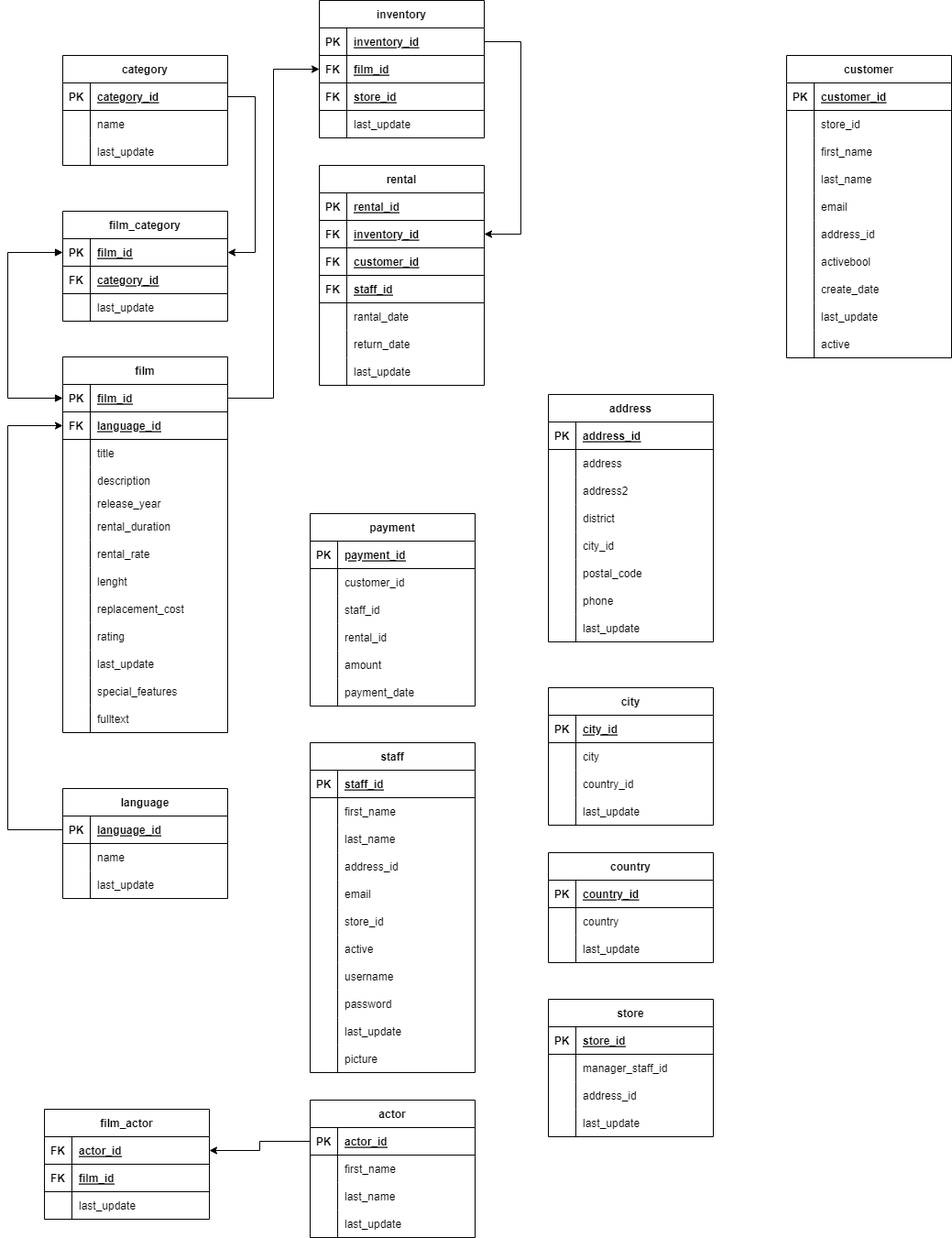
The draw.io diagram DVD Rental ER Model.drawio.png in MarianSulik/DE_diagrams, before a commit. Source tidied: cells renumbered, new cells last; positions are measured from the earlier drawing's top-left corner, leaving out a move shared by most shapes.
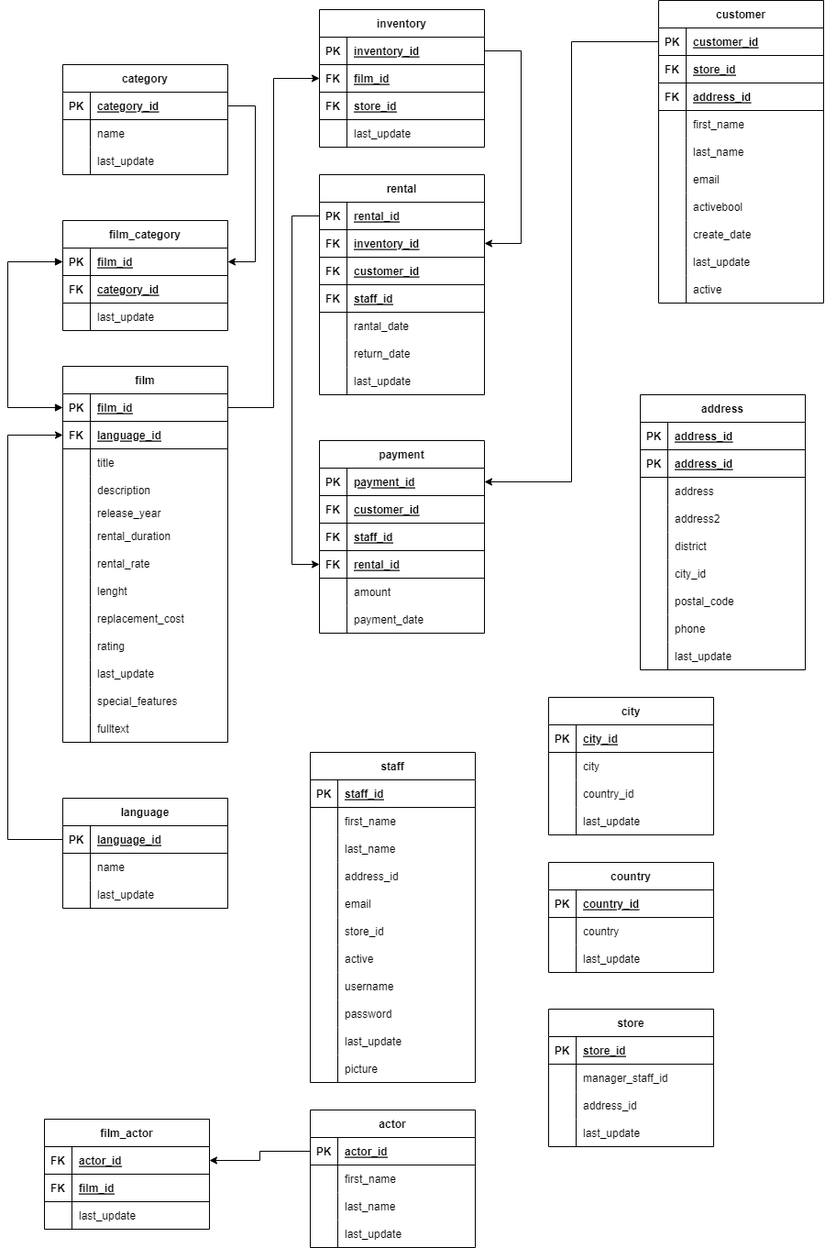
After the commit.

What changed in the source:
```diff
@@ -348,7 +348,7 @@
       <mxGeometry x="30" width="150" height="30" as="geometry" />
     </mxCell>
     <mxCell id="117" value="payment" style="shape=table;startSize=30;rowLines=0;fontStyle=1;align=center;" parent="1" vertex="1">
-      <mxGeometry x="330" y="560" width="180" height="210" as="geometry" />
+      <mxGeometry x="340" y="470" width="180" height="210" as="geometry" />
     </mxCell>
     <mxCell id="118" style="shape=tableRow;horizontal=0;startSize=0;swimlaneHead=0;swimlaneBody=0;fillColor=none;points=[[0,0.5],[1,0.5]];portConstraint=eastwest;top=0;left=0;right=0;bottom=1;" parent="117" vertex="1">
       <mxGeometry y="30" width="180" height="30" as="geometry" />
@@ -359,31 +359,31 @@
     <mxCell id="120" value="payment_id" style="shape=partialRectangle;fillColor=none;top=0;left=0;bottom=0;right=0;align=left;spacingLeft=6;fontStyle=5;overflow=hidden;" parent="118" vertex="1">
       <mxGeometry x="30" width="150" height="30" as="geometry" />
     </mxCell>
-    <mxCell id="121" style="shape=tableRow;horizontal=0;startSize=0;swimlaneHead=0;swimlaneBody=0;fillColor=none;top=0;left=0;right=0;bottom=0;" parent="117" vertex="1">
-      <mxGeometry y="60" width="180" height="30" as="geometry" />
-    </mxCell>
-    <mxCell id="122" style="shape=partialRectangle;fillColor=none;top=0;left=0;bottom=0;right=0;overflow=hidden;" parent="121" vertex="1">
-      <mxGeometry width="30" height="30" as="geometry" />
-    </mxCell>
+    <mxCell id="281" style="shape=tableRow;horizontal=0;startSize=0;swimlaneHead=0;swimlaneBody=0;fillColor=none;top=0;left=0;right=0;bottom=1;" parent="117" vertex="1">
+      <mxGeometry y="60" width="180" height="30" as="geometry" />
+    </mxCell>
+    <mxCell id="282" value="FK" style="shape=partialRectangle;fillColor=none;top=0;left=0;bottom=0;right=0;fontStyle=1;overflow=hidden;" parent="281" vertex="1">
+      <mxGeometry width="30" height="30" as="geometry" />
+    </mxCell>
-    <mxCell id="123" value="customer_id" style="shape=partialRectangle;fillColor=none;top=0;left=0;bottom=0;right=0;align=left;spacingLeft=6;overflow=hidden;" parent="121" vertex="1">
+    <mxCell id="123" value="customer_id" style="shape=partialRectangle;fillColor=none;top=0;left=0;bottom=0;right=0;align=left;spacingLeft=6;fontStyle=5;overflow=hidden;" parent="281" vertex="1">
       <mxGeometry x="30" width="150" height="30" as="geometry" />
     </mxCell>
-    <mxCell id="124" style="shape=tableRow;horizontal=0;startSize=0;swimlaneHead=0;swimlaneBody=0;fillColor=none;top=0;left=0;right=0;bottom=0;" parent="117" vertex="1">
-      <mxGeometry y="90" width="180" height="30" as="geometry" />
-    </mxCell>
-    <mxCell id="125" style="shape=partialRectangle;fillColor=none;top=0;left=0;bottom=0;right=0;overflow=hidden;" parent="124" vertex="1">
-      <mxGeometry width="30" height="30" as="geometry" />
-    </mxCell>
+    <mxCell id="283" style="shape=tableRow;horizontal=0;startSize=0;swimlaneHead=0;swimlaneBody=0;fillColor=none;top=0;left=0;right=0;bottom=1;" parent="117" vertex="1">
+      <mxGeometry y="90" width="180" height="30" as="geometry" />
+    </mxCell>
+    <mxCell id="284" value="FK" style="shape=partialRectangle;fillColor=none;top=0;left=0;bottom=0;right=0;fontStyle=1;overflow=hidden;" parent="283" vertex="1">
+      <mxGeometry width="30" height="30" as="geometry" />
+    </mxCell>
-    <mxCell id="126" value="staff_id" style="shape=partialRectangle;fillColor=none;top=0;left=0;bottom=0;right=0;align=left;spacingLeft=6;overflow=hidden;" parent="124" vertex="1">
+    <mxCell id="126" value="staff_id" style="shape=partialRectangle;fillColor=none;top=0;left=0;bottom=0;right=0;align=left;spacingLeft=6;fontStyle=5;overflow=hidden;" parent="283" vertex="1">
       <mxGeometry x="30" width="150" height="30" as="geometry" />
     </mxCell>
-    <mxCell id="127" style="shape=tableRow;horizontal=0;startSize=0;swimlaneHead=0;swimlaneBody=0;fillColor=none;top=0;left=0;right=0;bottom=0;" parent="117" vertex="1">
-      <mxGeometry y="120" width="180" height="30" as="geometry" />
-    </mxCell>
-    <mxCell id="128" style="shape=partialRectangle;fillColor=none;top=0;left=0;bottom=0;right=0;overflow=hidden;" parent="127" vertex="1">
-      <mxGeometry width="30" height="30" as="geometry" />
-    </mxCell>
+    <mxCell id="285" style="shape=tableRow;horizontal=0;startSize=0;swimlaneHead=0;swimlaneBody=0;fillColor=none;points=[[0,0.5],[1,0.5]];portConstraint=eastwest;top=0;left=0;right=0;bottom=1;" parent="117" vertex="1">
+      <mxGeometry y="120" width="180" height="30" as="geometry" />
+    </mxCell>
+    <mxCell id="286" value="FK" style="shape=partialRectangle;fillColor=none;top=0;left=0;bottom=0;right=0;fontStyle=1;overflow=hidden;" parent="285" vertex="1">
+      <mxGeometry width="30" height="30" as="geometry" />
+    </mxCell>
-    <mxCell id="129" value="rental_id" style="shape=partialRectangle;fillColor=none;top=0;left=0;bottom=0;right=0;align=left;spacingLeft=6;overflow=hidden;" parent="127" vertex="1">
+    <mxCell id="129" value="rental_id" style="shape=partialRectangle;fillColor=none;top=0;left=0;bottom=0;right=0;align=left;spacingLeft=6;fontStyle=5;overflow=hidden;" parent="285" vertex="1">
       <mxGeometry x="30" width="150" height="30" as="geometry" />
     </mxCell>
     <mxCell id="130" style="shape=tableRow;horizontal=0;startSize=0;swimlaneHead=0;swimlaneBody=0;fillColor=none;top=0;left=0;right=0;bottom=0;" parent="117" vertex="1">
@@ -546,7 +546,7 @@
       <mxGeometry x="30" width="150" height="30" as="geometry" />
     </mxCell>
     <mxCell id="183" value="customer" style="shape=table;startSize=30;rowLines=0;fontStyle=1;align=center;" parent="1" vertex="1">
-      <mxGeometry x="850" y="60" width="180" height="330" as="geometry" />
+      <mxGeometry x="710" y="-10" width="180" height="330" as="geometry" />
     </mxCell>
     <mxCell id="184" style="shape=tableRow;horizontal=0;startSize=0;swimlaneHead=0;swimlaneBody=0;fillColor=none;points=[[0,0.5],[1,0.5]];portConstraint=eastwest;top=0;left=0;right=0;bottom=1;" parent="183" vertex="1">
       <mxGeometry y="30" width="180" height="30" as="geometry" />
@@ -557,17 +557,26 @@
     <mxCell id="186" value="customer_id" style="shape=partialRectangle;fillColor=none;top=0;left=0;bottom=0;right=0;align=left;spacingLeft=6;fontStyle=5;overflow=hidden;" parent="184" vertex="1">
       <mxGeometry x="30" width="150" height="30" as="geometry" />
     </mxCell>
-    <mxCell id="187" style="shape=tableRow;horizontal=0;startSize=0;swimlaneHead=0;swimlaneBody=0;fillColor=none;top=0;left=0;right=0;bottom=0;" parent="183" vertex="1">
-      <mxGeometry y="60" width="180" height="30" as="geometry" />
-    </mxCell>
-    <mxCell id="188" style="shape=partialRectangle;fillColor=none;top=0;left=0;bottom=0;right=0;overflow=hidden;" parent="187" vertex="1">
-      <mxGeometry width="30" height="30" as="geometry" />
-    </mxCell>
+    <mxCell id="287" style="shape=tableRow;horizontal=0;startSize=0;swimlaneHead=0;swimlaneBody=0;fillColor=none;top=0;left=0;right=0;bottom=1;" parent="183" vertex="1">
+      <mxGeometry y="60" width="180" height="30" as="geometry" />
+    </mxCell>
+    <mxCell id="288" value="FK" style="shape=partialRectangle;fillColor=none;top=0;left=0;bottom=0;right=0;fontStyle=1;overflow=hidden;" parent="287" vertex="1">
+      <mxGeometry width="30" height="30" as="geometry" />
+    </mxCell>
-    <mxCell id="189" value="store_id" style="shape=partialRectangle;fillColor=none;top=0;left=0;bottom=0;right=0;align=left;spacingLeft=6;overflow=hidden;" parent="187" vertex="1">
+    <mxCell id="189" value="store_id" style="shape=partialRectangle;fillColor=none;top=0;left=0;bottom=0;right=0;align=left;spacingLeft=6;fontStyle=5;overflow=hidden;" parent="287" vertex="1">
       <mxGeometry x="30" width="150" height="30" as="geometry" />
     </mxCell>
+    <mxCell id="289" style="shape=tableRow;horizontal=0;startSize=0;swimlaneHead=0;swimlaneBody=0;fillColor=none;top=0;left=0;right=0;bottom=1;" parent="183" vertex="1">
+      <mxGeometry y="90" width="180" height="30" as="geometry" />
+    </mxCell>
+    <mxCell id="290" value="FK" style="shape=partialRectangle;fillColor=none;top=0;left=0;bottom=0;right=0;fontStyle=1;overflow=hidden;" parent="289" vertex="1">
+      <mxGeometry width="30" height="30" as="geometry" />
+    </mxCell>
+    <mxCell id="291" value="address_id" style="shape=partialRectangle;fillColor=none;top=0;left=0;bottom=0;right=0;align=left;spacingLeft=6;fontStyle=5;overflow=hidden;" parent="289" vertex="1">
+      <mxGeometry x="30" width="150" height="30" as="geometry" />
+    </mxCell>
     <mxCell id="190" style="shape=tableRow;horizontal=0;startSize=0;swimlaneHead=0;swimlaneBody=0;fillColor=none;top=0;left=0;right=0;bottom=0;" parent="183" vertex="1">
-      <mxGeometry y="90" width="180" height="30" as="geometry" />
+      <mxGeometry y="120" width="180" height="30" as="geometry" />
     </mxCell>
     <mxCell id="191" style="shape=partialRectangle;fillColor=none;top=0;left=0;bottom=0;right=0;overflow=hidden;" parent="190" vertex="1">
       <mxGeometry width="30" height="30" as="geometry" />
@@ -576,7 +585,7 @@
       <mxGeometry x="30" width="150" height="30" as="geometry" />
     </mxCell>
     <mxCell id="193" style="shape=tableRow;horizontal=0;startSize=0;swimlaneHead=0;swimlaneBody=0;fillColor=none;top=0;left=0;right=0;bottom=0;" parent="183" vertex="1">
-      <mxGeometry y="120" width="180" height="30" as="geometry" />
+      <mxGeometry y="150" width="180" height="30" as="geometry" />
     </mxCell>
     <mxCell id="194" style="shape=partialRectangle;fillColor=none;top=0;left=0;bottom=0;right=0;overflow=hidden;" parent="193" vertex="1">
       <mxGeometry width="30" height="30" as="geometry" />
@@ -585,7 +594,7 @@
       <mxGeometry x="30" width="150" height="30" as="geometry" />
     </mxCell>
     <mxCell id="196" style="shape=tableRow;horizontal=0;startSize=0;swimlaneHead=0;swimlaneBody=0;fillColor=none;top=0;left=0;right=0;bottom=0;" parent="183" vertex="1">
-      <mxGeometry y="150" width="180" height="30" as="geometry" />
+      <mxGeometry y="180" width="180" height="30" as="geometry" />
     </mxCell>
     <mxCell id="197" style="shape=partialRectangle;fillColor=none;top=0;left=0;bottom=0;right=0;overflow=hidden;" parent="196" vertex="1">
       <mxGeometry width="30" height="30" as="geometry" />
@@ -593,15 +602,6 @@
     <mxCell id="198" value="email" style="shape=partialRectangle;fillColor=none;top=0;left=0;bottom=0;right=0;align=left;spacingLeft=6;overflow=hidden;" parent="196" vertex="1">
       <mxGeometry x="30" width="150" height="30" as="geometry" />
     </mxCell>
-    <mxCell id="199" style="shape=tableRow;horizontal=0;startSize=0;swimlaneHead=0;swimlaneBody=0;fillColor=none;top=0;left=0;right=0;bottom=0;" parent="183" vertex="1">
-      <mxGeometry y="180" width="180" height="30" as="geometry" />
-    </mxCell>
-    <mxCell id="200" style="shape=partialRectangle;fillColor=none;top=0;left=0;bottom=0;right=0;overflow=hidden;" parent="199" vertex="1">
-      <mxGeometry width="30" height="30" as="geometry" />
-    </mxCell>
-    <mxCell id="201" value="address_id" style="shape=partialRectangle;fillColor=none;top=0;left=0;bottom=0;right=0;align=left;spacingLeft=6;overflow=hidden;" parent="199" vertex="1">
-      <mxGeometry x="30" width="150" height="30" as="geometry" />
-    </mxCell>
     <mxCell id="202" style="shape=tableRow;horizontal=0;startSize=0;swimlaneHead=0;swimlaneBody=0;fillColor=none;top=0;left=0;right=0;bottom=0;" parent="183" vertex="1">
       <mxGeometry y="210" width="180" height="30" as="geometry" />
     </mxCell>
@@ -639,7 +639,7 @@
       <mxGeometry x="30" width="150" height="30" as="geometry" />
     </mxCell>
     <mxCell id="214" value="address" style="shape=table;startSize=30;rowLines=0;fontStyle=1;align=center;" parent="1" vertex="1">
-      <mxGeometry x="590" y="430" width="180" height="270" as="geometry" />
+      <mxGeometry x="690" y="420" width="180" height="300" as="geometry" />
     </mxCell>
     <mxCell id="215" style="shape=tableRow;horizontal=0;startSize=0;swimlaneHead=0;swimlaneBody=0;fillColor=none;top=0;left=0;right=0;bottom=1;" parent="214" vertex="1">
       <mxGeometry y="30" width="180" height="30" as="geometry" />
@@ -650,8 +650,17 @@
     <mxCell id="217" value="address_id" style="shape=partialRectangle;fillColor=none;top=0;left=0;bottom=0;right=0;align=left;spacingLeft=6;fontStyle=5;overflow=hidden;" parent="215" vertex="1">
       <mxGeometry x="30" width="150" height="30" as="geometry" />
     </mxCell>
+    <mxCell id="292" style="shape=tableRow;horizontal=0;startSize=0;swimlaneHead=0;swimlaneBody=0;fillColor=none;top=0;left=0;right=0;bottom=1;" parent="214" vertex="1">
+      <mxGeometry y="60" width="180" height="30" as="geometry" />
+    </mxCell>
+    <mxCell id="293" value="PK" style="shape=partialRectangle;fillColor=none;top=0;left=0;bottom=0;right=0;fontStyle=1;overflow=hidden;" parent="292" vertex="1">
+      <mxGeometry width="30" height="30" as="geometry" />
+    </mxCell>
+    <mxCell id="294" value="address_id" style="shape=partialRectangle;fillColor=none;top=0;left=0;bottom=0;right=0;align=left;spacingLeft=6;fontStyle=5;overflow=hidden;" parent="292" vertex="1">
+      <mxGeometry x="30" width="150" height="30" as="geometry" />
+    </mxCell>
     <mxCell id="218" style="shape=tableRow;horizontal=0;startSize=0;swimlaneHead=0;swimlaneBody=0;fillColor=none;top=0;left=0;right=0;bottom=0;" parent="214" vertex="1">
-      <mxGeometry y="60" width="180" height="30" as="geometry" />
+      <mxGeometry y="90" width="180" height="30" as="geometry" />
     </mxCell>
     <mxCell id="219" style="shape=partialRectangle;fillColor=none;top=0;left=0;bottom=0;right=0;overflow=hidden;" parent="218" vertex="1">
       <mxGeometry width="30" height="30" as="geometry" />
@@ -660,7 +669,7 @@
       <mxGeometry x="30" width="150" height="30" as="geometry" />
     </mxCell>
     <mxCell id="221" style="shape=tableRow;horizontal=0;startSize=0;swimlaneHead=0;swimlaneBody=0;fillColor=none;top=0;left=0;right=0;bottom=0;" parent="214" vertex="1">
-      <mxGeometry y="90" width="180" height="30" as="geometry" />
+      <mxGeometry y="120" width="180" height="30" as="geometry" />
     </mxCell>
     <mxCell id="222" style="shape=partialRectangle;fillColor=none;top=0;left=0;bottom=0;right=0;overflow=hidden;" parent="221" vertex="1">
       <mxGeometry width="30" height="30" as="geometry" />
@@ -669,7 +678,7 @@
       <mxGeometry x="30" width="150" height="30" as="geometry" />
     </mxCell>
     <mxCell id="224" style="shape=tableRow;horizontal=0;startSize=0;swimlaneHead=0;swimlaneBody=0;fillColor=none;top=0;left=0;right=0;bottom=0;" parent="214" vertex="1">
-      <mxGeometry y="120" width="180" height="30" as="geometry" />
+      <mxGeometry y="150" width="180" height="30" as="geometry" />
     </mxCell>
     <mxCell id="225" style="shape=partialRectangle;fillColor=none;top=0;left=0;bottom=0;right=0;overflow=hidden;" parent="224" vertex="1">
       <mxGeometry width="30" height="30" as="geometry" />
@@ -678,7 +687,7 @@
       <mxGeometry x="30" width="150" height="30" as="geometry" />
     </mxCell>
     <mxCell id="227" style="shape=tableRow;horizontal=0;startSize=0;swimlaneHead=0;swimlaneBody=0;fillColor=none;top=0;left=0;right=0;bottom=0;" parent="214" vertex="1">
-      <mxGeometry y="150" width="180" height="30" as="geometry" />
+      <mxGeometry y="180" width="180" height="30" as="geometry" />
     </mxCell>
     <mxCell id="228" style="shape=partialRectangle;fillColor=none;top=0;left=0;bottom=0;right=0;overflow=hidden;" parent="227" vertex="1">
       <mxGeometry width="30" height="30" as="geometry" />
@@ -687,7 +696,7 @@
       <mxGeometry x="30" width="150" height="30" as="geometry" />
     </mxCell>
     <mxCell id="230" style="shape=tableRow;horizontal=0;startSize=0;swimlaneHead=0;swimlaneBody=0;fillColor=none;top=0;left=0;right=0;bottom=0;" parent="214" vertex="1">
-      <mxGeometry y="180" width="180" height="30" as="geometry" />
+      <mxGeometry y="210" width="180" height="30" as="geometry" />
     </mxCell>
     <mxCell id="231" style="shape=partialRectangle;fillColor=none;top=0;left=0;bottom=0;right=0;overflow=hidden;" parent="230" vertex="1">
       <mxGeometry width="30" height="30" as="geometry" />
@@ -696,7 +705,7 @@
       <mxGeometry x="30" width="150" height="30" as="geometry" />
     </mxCell>
     <mxCell id="233" style="shape=tableRow;horizontal=0;startSize=0;swimlaneHead=0;swimlaneBody=0;fillColor=none;top=0;left=0;right=0;bottom=0;" parent="214" vertex="1">
-      <mxGeometry y="210" width="180" height="30" as="geometry" />
+      <mxGeometry y="240" width="180" height="30" as="geometry" />
     </mxCell>
     <mxCell id="234" style="shape=partialRectangle;fillColor=none;top=0;left=0;bottom=0;right=0;overflow=hidden;" parent="233" vertex="1">
       <mxGeometry width="30" height="30" as="geometry" />
@@ -705,7 +714,7 @@
       <mxGeometry x="30" width="150" height="30" as="geometry" />
     </mxCell>
     <mxCell id="236" style="shape=tableRow;horizontal=0;startSize=0;swimlaneHead=0;swimlaneBody=0;fillColor=none;top=0;left=0;right=0;bottom=0;" parent="214" vertex="1">
-      <mxGeometry y="240" width="180" height="30" as="geometry" />
+      <mxGeometry y="270" width="180" height="30" as="geometry" />
     </mxCell>
     <mxCell id="237" style="shape=partialRectangle;fillColor=none;top=0;left=0;bottom=0;right=0;overflow=hidden;" parent="236" vertex="1">
       <mxGeometry width="30" height="30" as="geometry" />
@@ -859,5 +868,16 @@
         </Array>
       </mxGeometry>
     </mxCell>
+    <mxCell id="295" style="edgeStyle=orthogonalEdgeStyle;rounded=0;jettySize=auto;html=1;exitX=0;exitY=0.5;exitDx=0;exitDy=0;entryX=1;entryY=0.5;entryDx=0;entryDy=0;" parent="1" edge="1" source="184" target="118">
+      <mxGeometry relative="1" as="geometry" />
+    </mxCell>
+    <mxCell id="296" style="edgeStyle=orthogonalEdgeStyle;rounded=0;jettySize=auto;html=1;exitX=0;exitY=0.5;exitDx=0;exitDy=0;entryX=0;entryY=0.5;entryDx=0;entryDy=0;" parent="1" edge="1" source="96" target="285">
+      <mxGeometry relative="1" as="geometry">
+        <Array as="points">
+          <mxPoint x="310" y="225" />
+          <mxPoint x="310" y="605" />
+        </Array>
+      </mxGeometry>
+    </mxCell>
   </root>
 </mxGraphModel>
```
